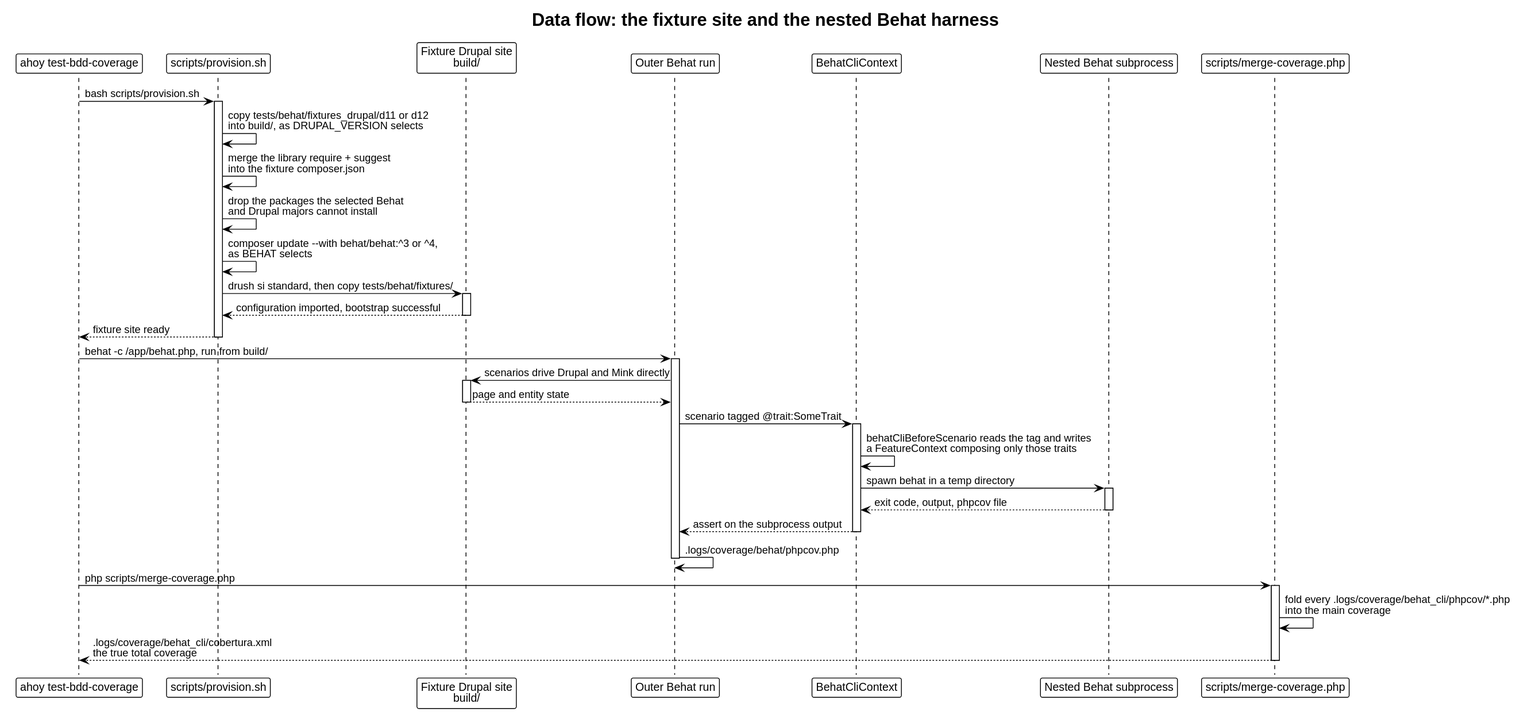
This is docs/architecture/dataflow-tests.svg from drevops/behat-steps, a PlantUML export, as it was before one commit.
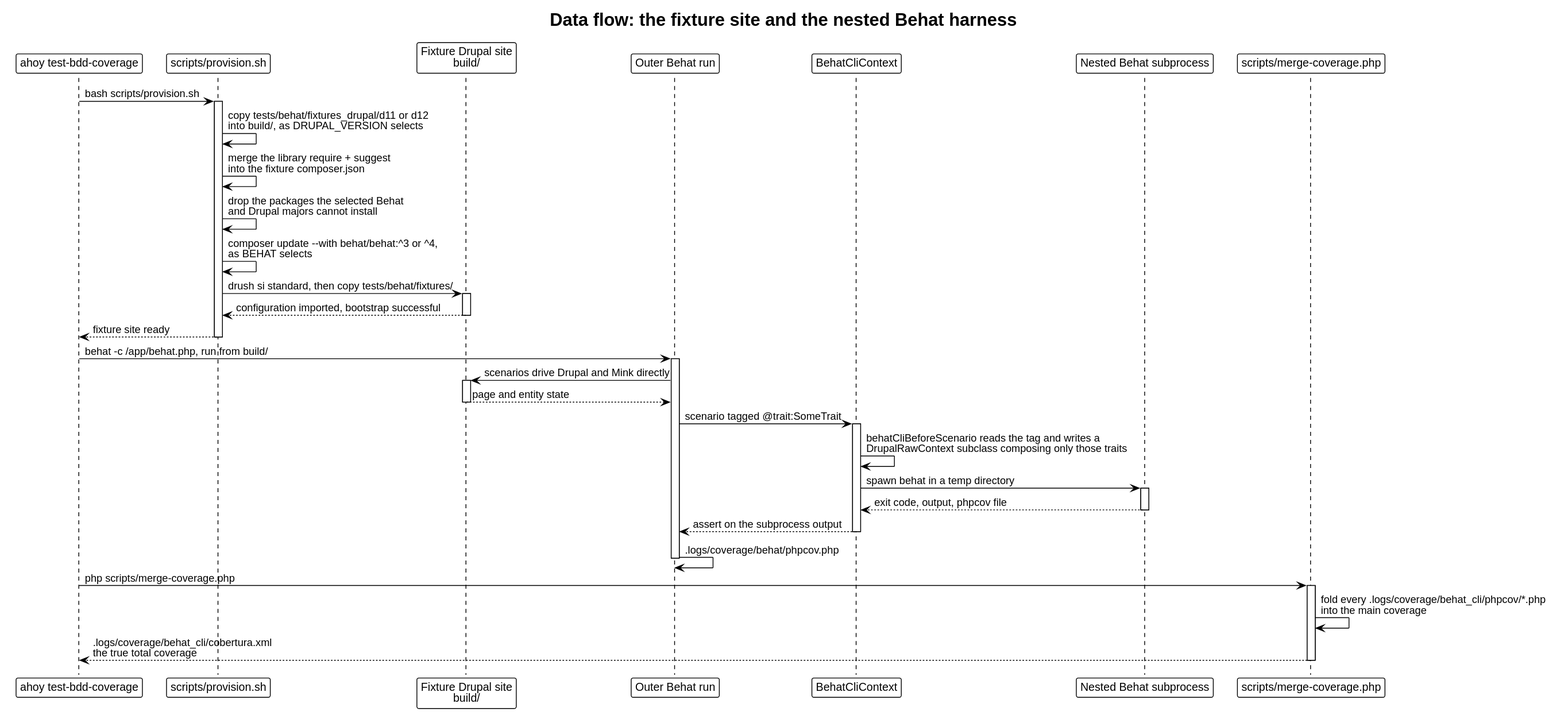
The same file after the commit.

Diff of the diagram source:
```diff
@@ -36,7 +36,7 @@
 
 Behat -> Cli: scenario tagged @trait:SomeTrait
 activate Cli
-Cli -> Cli: behatCliBeforeScenario reads the tag and writes\na FeatureContext composing only those traits
+Cli -> Cli: behatCliBeforeScenario reads the tag and writes a\nDrupalRawContext subclass composing only those traits
 Cli -> Sub: spawn behat in a temp directory
 activate Sub
 Sub --> Cli: exit code, output, phpcov file
```
